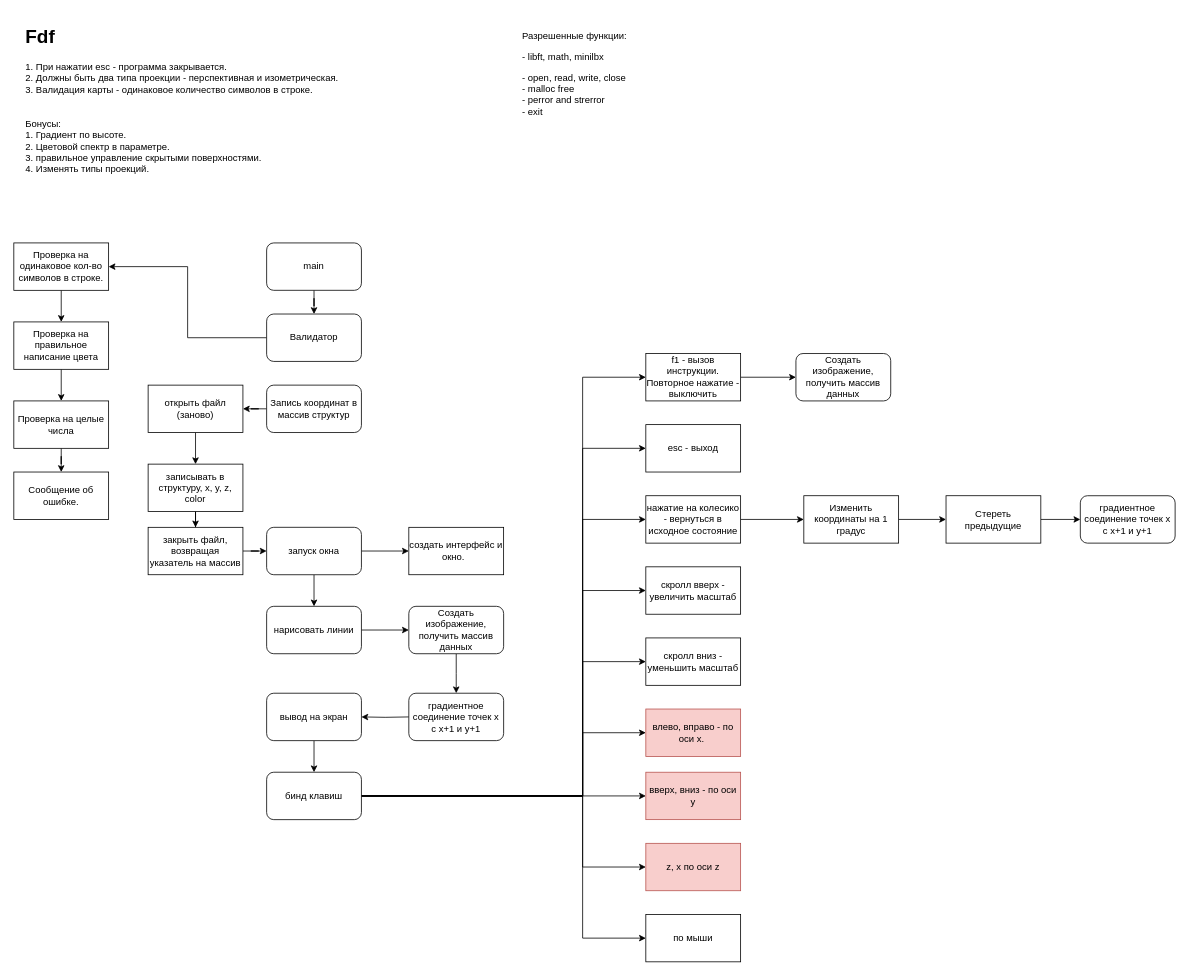
The draw.io diagram map.drawio in Yaroslew/Fdf, before the edit. Source tidied: cells renumbered, new cells numbered last; positions are measured from the earlier drawing's top-left corner, leaving out a move shared by most shapes. Both pictures are drawn from the tidied source at 79%, with x=0, y=0 at pixel (13, 13).
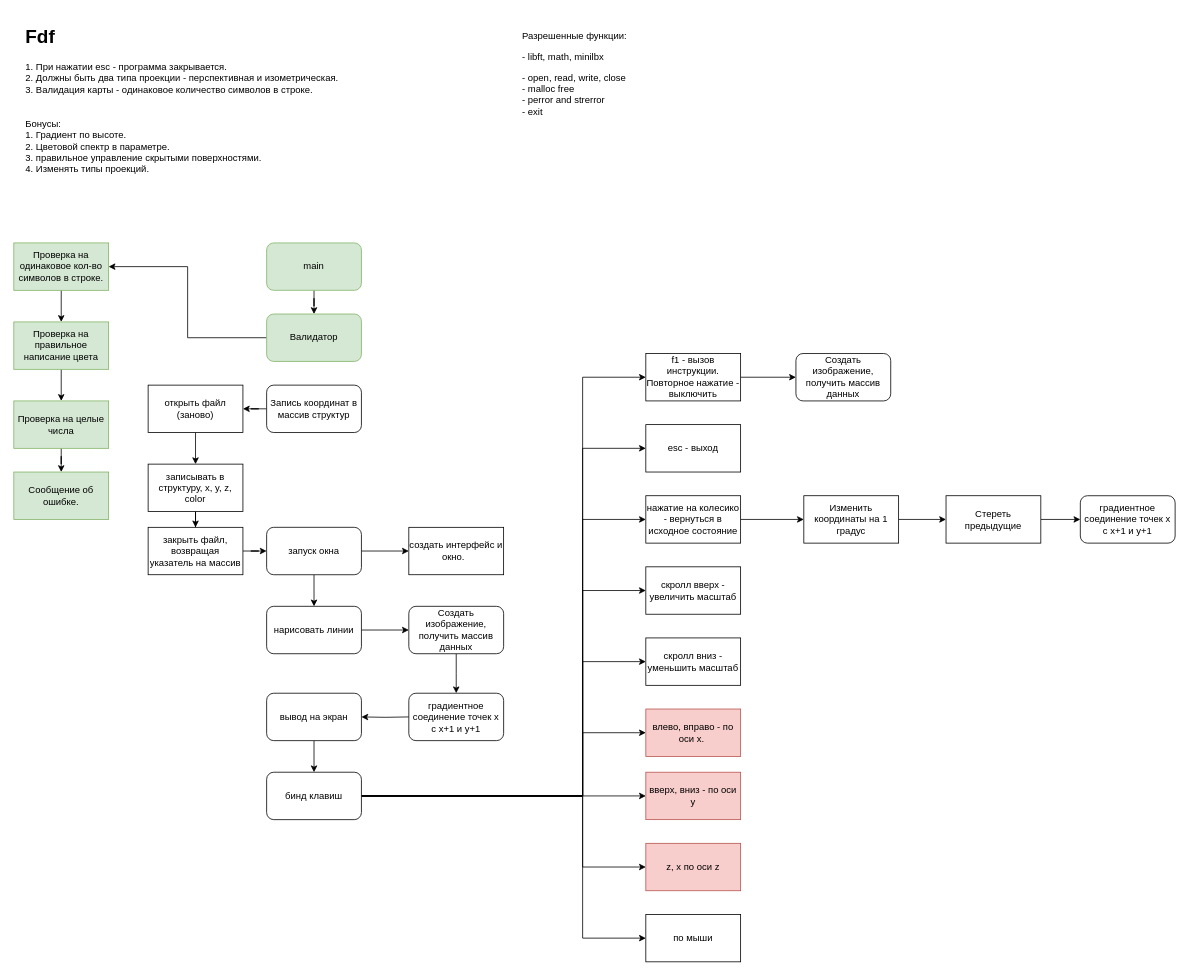
The same page after the edit.

The edit, as a diff of the source:
```diff
@@
-    <mxCell id="5" value="main" style="rounded=1;whiteSpace=wrap;html=1;" parent="1" vertex="1">
+    <mxCell id="5" value="main" style="rounded=1;whiteSpace=wrap;html=1;fillColor=#d5e8d4;strokeColor=#82b366;" parent="1" vertex="1">
       <mxGeometry x="320" y="290" width="120" height="60" as="geometry" />
     </mxCell>
@@
-    <mxCell id="7" value="Валидатор" style="rounded=1;whiteSpace=wrap;html=1;" parent="1" vertex="1">
+    <mxCell id="7" value="Валидатор" style="rounded=1;whiteSpace=wrap;html=1;fillColor=#d5e8d4;strokeColor=#82b366;" parent="1" vertex="1">
       <mxGeometry x="320" y="380" width="120" height="60" as="geometry" />
     </mxCell>
@@
-    <mxCell id="9" value="Проверка на одинаковое кол-во символов в строке." style="rounded=0;whiteSpace=wrap;html=1;" parent="1" vertex="1">
+    <mxCell id="9" value="Проверка на одинаковое кол-во символов в строке." style="rounded=0;whiteSpace=wrap;html=1;fillColor=#d5e8d4;strokeColor=#82b366;" parent="1" vertex="1">
       <mxGeometry y="290" width="120" height="60" as="geometry" />
     </mxCell>
@@
-    <mxCell id="11" value="Проверка на правильное написание цвета" style="rounded=0;whiteSpace=wrap;html=1;" parent="1" vertex="1">
+    <mxCell id="11" value="Проверка на правильное написание цвета" style="rounded=0;whiteSpace=wrap;html=1;fillColor=#d5e8d4;strokeColor=#82b366;" parent="1" vertex="1">
       <mxGeometry y="390" width="120" height="60" as="geometry" />
     </mxCell>
@@
-    <mxCell id="13" value="Проверка на целые числа" style="rounded=0;whiteSpace=wrap;html=1;" parent="1" vertex="1">
+    <mxCell id="13" value="Проверка на целые числа" style="rounded=0;whiteSpace=wrap;html=1;fillColor=#d5e8d4;strokeColor=#82b366;" parent="1" vertex="1">
       <mxGeometry y="490" width="120" height="60" as="geometry" />
     </mxCell>
@@
-    <mxCell id="46" value="Сообщение об ошибке." style="rounded=0;whiteSpace=wrap;html=1;" parent="1" vertex="1">
+    <mxCell id="46" value="Сообщение об ошибке." style="rounded=0;whiteSpace=wrap;html=1;fillColor=#d5e8d4;strokeColor=#82b366;" parent="1" vertex="1">
       <mxGeometry y="580" width="120" height="60" as="geometry" />
     </mxCell>
```
